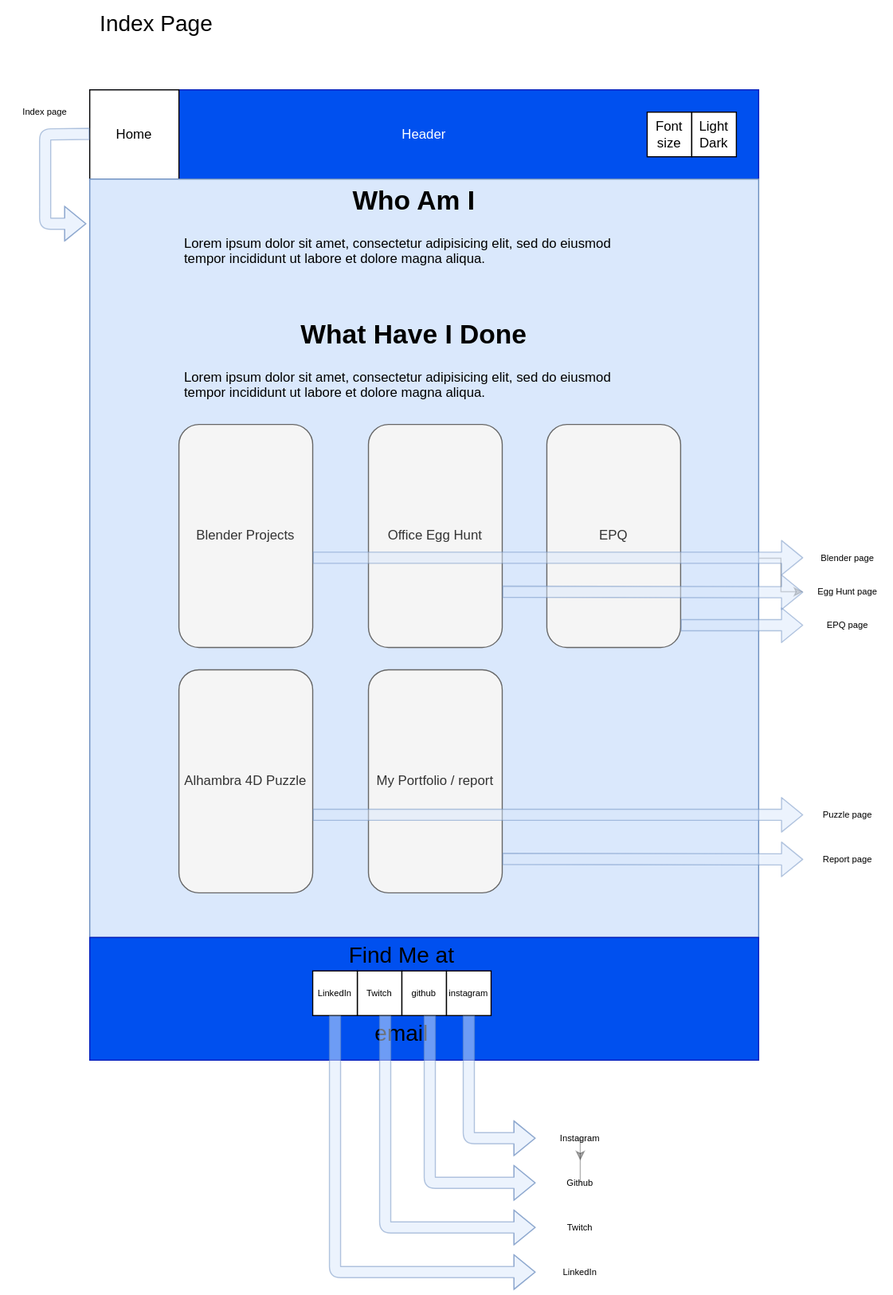
Earlier version of the draw.io export Assets/Diagrams/Wireframe-Index.svg (louie-jones-strong/louie-jones-strong.github.io). Source tidied: cells renumbered, new cells last; positions are measured from the earlier drawing's top-left corner, leaving out a move shared by most shapes. Its diagram source:
```xml
<mxGraphModel>
  <root>
    <mxCell id="0" />
    <mxCell id="1" parent="0" />
    <mxCell id="2" value="Header" style="rounded=0;whiteSpace=wrap;html=1;fillColor=#0050ef;strokeColor=#001DBC;fontColor=#ffffff;" parent="1" vertex="1">
      <mxGeometry x="80" y="80" width="600" height="80" as="geometry" />
    </mxCell>
    <mxCell id="3" value="Home" style="rounded=0;whiteSpace=wrap;html=1;" parent="1" vertex="1">
      <mxGeometry x="80" y="80" width="80" height="80" as="geometry" />
    </mxCell>
    <mxCell id="4" value="Font size" style="rounded=0;whiteSpace=wrap;html=1;" parent="1" vertex="1">
      <mxGeometry x="580" y="100" width="40" height="40" as="geometry" />
    </mxCell>
    <mxCell id="5" value="Light Dark" style="rounded=0;whiteSpace=wrap;html=1;" parent="1" vertex="1">
      <mxGeometry x="620" y="100" width="40" height="40" as="geometry" />
    </mxCell>
    <mxCell id="6" style="edgeStyle=orthogonalEdgeStyle;rounded=0;jettySize=auto;html=1;labelBackgroundColor=none;fontSize=8;fillColor=#ffffff;opacity=30;" parent="1" edge="1" source="7">
      <mxGeometry relative="1" as="geometry">
        <mxPoint x="720" y="530" as="targetPoint" />
      </mxGeometry>
    </mxCell>
    <mxCell id="7" style="rounded=0;whiteSpace=wrap;html=1;textOpacity=10;fillColor=#dae8fc;strokeColor=#6c8ebf;" parent="1" vertex="1">
      <mxGeometry x="80" y="160" width="600" height="680" as="geometry" />
    </mxCell>
    <mxCell id="8" value="&lt;h1 style=&quot;text-align: center&quot;&gt;Who Am I&lt;/h1&gt;&lt;p&gt;Lorem ipsum dolor sit amet, consectetur adipisicing elit, sed do eiusmod tempor incididunt ut labore et dolore magna aliqua.&lt;/p&gt;" style="text;html=1;strokeColor=none;fillColor=none;spacing=5;spacingTop=-20;whiteSpace=wrap;overflow=hidden;rounded=0;" parent="1" vertex="1">
      <mxGeometry x="160" y="160" width="420" height="120" as="geometry" />
    </mxCell>
    <mxCell id="9" value="&lt;h1 style=&quot;text-align: center&quot;&gt;What Have I Done&lt;/h1&gt;&lt;p&gt;Lorem ipsum dolor sit amet, consectetur adipisicing elit, sed do eiusmod tempor incididunt ut labore et dolore magna aliqua.&lt;/p&gt;" style="text;html=1;strokeColor=none;fillColor=none;spacing=5;spacingTop=-20;whiteSpace=wrap;overflow=hidden;rounded=0;" parent="1" vertex="1">
      <mxGeometry x="160" y="280" width="420" height="120" as="geometry" />
    </mxCell>
    <mxCell id="10" value="Blender Projects" style="rounded=1;whiteSpace=wrap;html=1;fillColor=#f5f5f5;strokeColor=#666666;fontColor=#333333;" parent="1" vertex="1">
      <mxGeometry x="160" y="380" width="120" height="200" as="geometry" />
    </mxCell>
    <mxCell id="11" value="Alhambra 4D Puzzle" style="rounded=1;whiteSpace=wrap;html=1;fillColor=#f5f5f5;strokeColor=#666666;fontColor=#333333;" parent="1" vertex="1">
      <mxGeometry x="160" y="600" width="120" height="200" as="geometry" />
    </mxCell>
    <mxCell id="12" value="My Portfolio / report" style="rounded=1;whiteSpace=wrap;html=1;fillColor=#f5f5f5;strokeColor=#666666;fontColor=#333333;" parent="1" vertex="1">
      <mxGeometry x="330" y="600" width="120" height="200" as="geometry" />
    </mxCell>
    <mxCell id="13" style="rounded=0;whiteSpace=wrap;html=1;labelPosition=center;verticalLabelPosition=middle;align=center;verticalAlign=middle;fillColor=#0050ef;strokeColor=#001DBC;fontColor=#ffffff;" parent="1" vertex="1">
      <mxGeometry x="80" y="840" width="600" height="110" as="geometry" />
    </mxCell>
    <mxCell id="14" value="Index Page" style="text;html=1;strokeColor=none;fillColor=none;align=center;verticalAlign=middle;whiteSpace=wrap;rounded=0;fontSize=20;" parent="1" vertex="1">
      <mxGeometry x="80" width="120" height="40" as="geometry" />
    </mxCell>
    <mxCell id="15" value="Twitch" style="rounded=0;whiteSpace=wrap;html=1;fontSize=8;align=center;" parent="1" vertex="1">
      <mxGeometry x="320" y="870" width="40" height="40" as="geometry" />
    </mxCell>
    <mxCell id="16" value="github" style="rounded=0;whiteSpace=wrap;html=1;fontSize=8;align=center;" parent="1" vertex="1">
      <mxGeometry x="360" y="870" width="40" height="40" as="geometry" />
    </mxCell>
    <mxCell id="17" value="instagram" style="rounded=0;whiteSpace=wrap;html=1;fontSize=8;align=center;" parent="1" vertex="1">
      <mxGeometry x="400" y="870" width="40" height="40" as="geometry" />
    </mxCell>
    <mxCell id="18" value="Find Me at" style="text;html=1;strokeColor=none;fillColor=none;align=center;verticalAlign=middle;whiteSpace=wrap;rounded=0;fontSize=20;" parent="1" vertex="1">
      <mxGeometry x="280" y="840" width="160" height="30" as="geometry" />
    </mxCell>
    <mxCell id="19" value="email" style="text;html=1;strokeColor=none;fillColor=none;align=center;verticalAlign=middle;whiteSpace=wrap;rounded=0;fontSize=20;" parent="1" vertex="1">
      <mxGeometry x="280" y="910" width="160" height="30" as="geometry" />
    </mxCell>
    <mxCell id="20" value="LinkedIn" style="rounded=0;whiteSpace=wrap;html=1;fontSize=8;align=center;" parent="1" vertex="1">
      <mxGeometry x="280" y="870" width="40" height="40" as="geometry" />
    </mxCell>
    <mxCell id="21" value="Office Egg Hunt" style="rounded=1;whiteSpace=wrap;html=1;fillColor=#f5f5f5;strokeColor=#666666;fontColor=#333333;" parent="1" vertex="1">
      <mxGeometry x="330" y="380" width="120" height="200" as="geometry" />
    </mxCell>
    <mxCell id="22" value="EPQ" style="rounded=1;whiteSpace=wrap;html=1;fillColor=#f5f5f5;strokeColor=#666666;fontColor=#333333;" parent="1" vertex="1">
      <mxGeometry x="490" y="380" width="120" height="200" as="geometry" />
    </mxCell>
    <mxCell id="23" style="shape=flexArrow;endArrow=classic;html=1;fontSize=8;fillColor=#dae8fc;strokeColor=#6c8ebf;opacity=50;textOpacity=30;" parent="1" edge="1">
      <mxGeometry relative="1" as="geometry">
        <mxPoint x="610" y="560" as="sourcePoint" />
        <mxPoint x="720" y="560" as="targetPoint" />
      </mxGeometry>
    </mxCell>
    <mxCell id="24" style="shape=flexArrow;endArrow=classic;html=1;fontSize=8;fillColor=#dae8fc;strokeColor=#6c8ebf;opacity=50;" parent="1" edge="1">
      <mxGeometry relative="1" as="geometry">
        <mxPoint x="450" y="530" as="sourcePoint" />
        <mxPoint x="720" y="530.5" as="targetPoint" />
      </mxGeometry>
    </mxCell>
    <mxCell id="25" value="&lt;blockquote style=&quot;margin: 0 0 0 40px ; border: none ; padding: 0px&quot;&gt;&lt;blockquote style=&quot;margin: 0 0 0 40px ; border: none ; padding: 0px&quot;&gt;&lt;blockquote style=&quot;margin: 0 0 0 40px ; border: none ; padding: 0px&quot;&gt;&lt;blockquote style=&quot;margin: 0 0 0 40px ; border: none ; padding: 0px&quot;&gt;&lt;blockquote style=&quot;margin: 0 0 0 40px ; border: none ; padding: 0px&quot;&gt;&lt;blockquote style=&quot;margin: 0 0 0 40px ; border: none ; padding: 0px&quot;&gt;&lt;blockquote style=&quot;margin: 0 0 0 40px ; border: none ; padding: 0px&quot;&gt;&lt;blockquote style=&quot;margin: 0 0 0 40px ; border: none ; padding: 0px&quot;&gt;&lt;br&gt;&lt;/blockquote&gt;&lt;/blockquote&gt;&lt;/blockquote&gt;&lt;/blockquote&gt;&lt;/blockquote&gt;&lt;/blockquote&gt;&lt;/blockquote&gt;&lt;/blockquote&gt;" style="shape=flexArrow;endArrow=classic;html=1;fontSize=8;fillColor=#dae8fc;strokeColor=#6c8ebf;opacity=50;align=center;labelBackgroundColor=none;" parent="1" edge="1">
      <mxGeometry x="0.05" y="220" relative="1" as="geometry">
        <mxPoint x="80" y="119.5" as="sourcePoint" />
        <mxPoint x="77" y="200" as="targetPoint" />
        <Array as="points">
          <mxPoint x="40" y="120" />
          <mxPoint x="40" y="160" />
          <mxPoint x="40" y="200" />
        </Array>
      </mxGeometry>
    </mxCell>
    <mxCell id="26" value="Blender page" style="text;html=1;strokeColor=none;fillColor=none;align=center;verticalAlign=middle;whiteSpace=wrap;rounded=0;fontSize=8;" parent="1" vertex="1">
      <mxGeometry x="720" y="480" width="80" height="40" as="geometry" />
    </mxCell>
    <mxCell id="27" value="Egg Hunt page" style="text;html=1;strokeColor=none;fillColor=none;align=center;verticalAlign=middle;whiteSpace=wrap;rounded=0;fontSize=8;" parent="1" vertex="1">
      <mxGeometry x="720" y="510" width="80" height="40" as="geometry" />
    </mxCell>
    <mxCell id="28" value="EPQ page" style="text;html=1;strokeColor=none;fillColor=none;align=center;verticalAlign=middle;whiteSpace=wrap;rounded=0;fontSize=8;" parent="1" vertex="1">
      <mxGeometry x="720" y="540" width="80" height="40" as="geometry" />
    </mxCell>
    <mxCell id="29" value="&lt;blockquote style=&quot;margin: 0 0 0 40px ; border: none ; padding: 0px&quot;&gt;&lt;blockquote style=&quot;margin: 0 0 0 40px ; border: none ; padding: 0px&quot;&gt;&lt;blockquote style=&quot;margin: 0 0 0 40px ; border: none ; padding: 0px&quot;&gt;&lt;blockquote style=&quot;margin: 0 0 0 40px ; border: none ; padding: 0px&quot;&gt;&lt;blockquote style=&quot;margin: 0 0 0 40px ; border: none ; padding: 0px&quot;&gt;&lt;blockquote style=&quot;margin: 0 0 0 40px ; border: none ; padding: 0px&quot;&gt;&lt;blockquote style=&quot;margin: 0 0 0 40px ; border: none ; padding: 0px&quot;&gt;&lt;blockquote style=&quot;margin: 0 0 0 40px ; border: none ; padding: 0px&quot;&gt;&lt;br&gt;&lt;/blockquote&gt;&lt;/blockquote&gt;&lt;/blockquote&gt;&lt;/blockquote&gt;&lt;/blockquote&gt;&lt;/blockquote&gt;&lt;/blockquote&gt;&lt;/blockquote&gt;" style="shape=flexArrow;endArrow=classic;html=1;fontSize=8;fillColor=#dae8fc;strokeColor=#6c8ebf;opacity=50;align=center;labelBackgroundColor=none;textOpacity=70;" parent="1" edge="1">
      <mxGeometry relative="1" as="geometry">
        <mxPoint x="280" y="730" as="sourcePoint" />
        <mxPoint x="720" y="730" as="targetPoint" />
      </mxGeometry>
    </mxCell>
    <mxCell id="30" style="shape=flexArrow;endArrow=classic;html=1;fontSize=8;fillColor=#dae8fc;strokeColor=#6c8ebf;opacity=50;textOpacity=30;" parent="1" edge="1">
      <mxGeometry relative="1" as="geometry">
        <mxPoint x="450" y="769.5" as="sourcePoint" />
        <mxPoint x="720" y="770" as="targetPoint" />
      </mxGeometry>
    </mxCell>
    <mxCell id="31" value="Puzzle page" style="text;html=1;strokeColor=none;fillColor=none;align=center;verticalAlign=middle;whiteSpace=wrap;rounded=0;fontSize=8;" parent="1" vertex="1">
      <mxGeometry x="720" y="710" width="80" height="40" as="geometry" />
    </mxCell>
    <mxCell id="32" style="edgeStyle=orthogonalEdgeStyle;rounded=0;jettySize=auto;html=1;exitX=0.5;exitY=1;exitDx=0;exitDy=0;labelBackgroundColor=none;fontSize=8;fillColor=#ffffff;opacity=30;" parent="1" edge="1" source="33" target="38">
      <mxGeometry relative="1" as="geometry" />
    </mxCell>
    <mxCell id="33" value="Instagram" style="text;html=1;strokeColor=none;fillColor=none;align=center;verticalAlign=middle;whiteSpace=wrap;rounded=0;fontSize=8;" parent="1" vertex="1">
      <mxGeometry x="480" y="1000" width="80" height="40" as="geometry" />
    </mxCell>
    <mxCell id="34" style="shape=flexArrow;endArrow=classic;html=1;labelBackgroundColor=none;fontSize=8;opacity=50;fillColor=#dae8fc;strokeColor=#6c8ebf;entryX=0;entryY=0.5;entryDx=0;entryDy=0;entryPerimeter=0;" parent="1" edge="1" target="40">
      <mxGeometry relative="1" as="geometry">
        <mxPoint x="300" y="910" as="sourcePoint" />
        <Array as="points">
          <mxPoint x="300" y="1140" />
        </Array>
      </mxGeometry>
    </mxCell>
    <mxCell id="35" style="shape=flexArrow;endArrow=classic;html=1;labelBackgroundColor=none;fontSize=8;opacity=50;fillColor=#dae8fc;strokeColor=#6c8ebf;entryX=0;entryY=0.5;entryDx=0;entryDy=0;entryPerimeter=0;" parent="1" edge="1" target="33">
      <mxGeometry relative="1" as="geometry">
        <mxPoint x="420" y="910" as="sourcePoint" />
        <Array as="points">
          <mxPoint x="420" y="1020" />
        </Array>
      </mxGeometry>
    </mxCell>
    <mxCell id="36" style="shape=flexArrow;endArrow=classic;html=1;labelBackgroundColor=none;fontSize=8;opacity=50;fillColor=#dae8fc;strokeColor=#6c8ebf;entryX=0;entryY=0.5;entryDx=0;entryDy=0;" parent="1" edge="1" target="38">
      <mxGeometry relative="1" as="geometry">
        <mxPoint x="385" y="910" as="sourcePoint" />
        <Array as="points">
          <mxPoint x="385" y="1060" />
        </Array>
      </mxGeometry>
    </mxCell>
    <mxCell id="37" style="shape=flexArrow;endArrow=classic;html=1;labelBackgroundColor=none;fontSize=8;opacity=50;fillColor=#dae8fc;strokeColor=#6c8ebf;entryX=0;entryY=0.5;entryDx=0;entryDy=0;" parent="1" edge="1" target="39">
      <mxGeometry relative="1" as="geometry">
        <mxPoint x="345" y="910" as="sourcePoint" />
        <Array as="points">
          <mxPoint x="345" y="1100" />
        </Array>
      </mxGeometry>
    </mxCell>
    <mxCell id="38" value="Github" style="text;html=1;strokeColor=none;fillColor=none;align=center;verticalAlign=middle;whiteSpace=wrap;rounded=0;fontSize=8;" parent="1" vertex="1">
      <mxGeometry x="480" y="1040" width="80" height="40" as="geometry" />
    </mxCell>
    <mxCell id="39" value="Twitch" style="text;html=1;strokeColor=none;fillColor=none;align=center;verticalAlign=middle;whiteSpace=wrap;rounded=0;fontSize=8;" parent="1" vertex="1">
      <mxGeometry x="480" y="1080" width="80" height="40" as="geometry" />
    </mxCell>
    <mxCell id="40" value="LinkedIn" style="text;html=1;strokeColor=none;fillColor=none;align=center;verticalAlign=middle;whiteSpace=wrap;rounded=0;fontSize=8;" parent="1" vertex="1">
      <mxGeometry x="480" y="1120" width="80" height="40" as="geometry" />
    </mxCell>
    <mxCell id="41" value="Report page" style="text;html=1;strokeColor=none;fillColor=none;align=center;verticalAlign=middle;whiteSpace=wrap;rounded=0;fontSize=8;" parent="1" vertex="1">
      <mxGeometry x="720" y="750" width="80" height="40" as="geometry" />
    </mxCell>
    <mxCell id="42" style="shape=flexArrow;endArrow=classic;html=1;fontSize=8;fillColor=#dae8fc;strokeColor=#6c8ebf;opacity=50;exitX=1;exitY=0.3;exitDx=0;exitDy=0;exitPerimeter=0;" parent="1" edge="1">
      <mxGeometry relative="1" as="geometry">
        <mxPoint x="280" y="499.5" as="sourcePoint" />
        <mxPoint x="720" y="499.5" as="targetPoint" />
      </mxGeometry>
    </mxCell>
    <mxCell id="43" value="Index page" style="text;html=1;strokeColor=none;fillColor=none;align=center;verticalAlign=middle;whiteSpace=wrap;rounded=0;fontSize=8;" parent="1" vertex="1">
      <mxGeometry y="80" width="80" height="40" as="geometry" />
    </mxCell>
  </root>
</mxGraphModel>
```
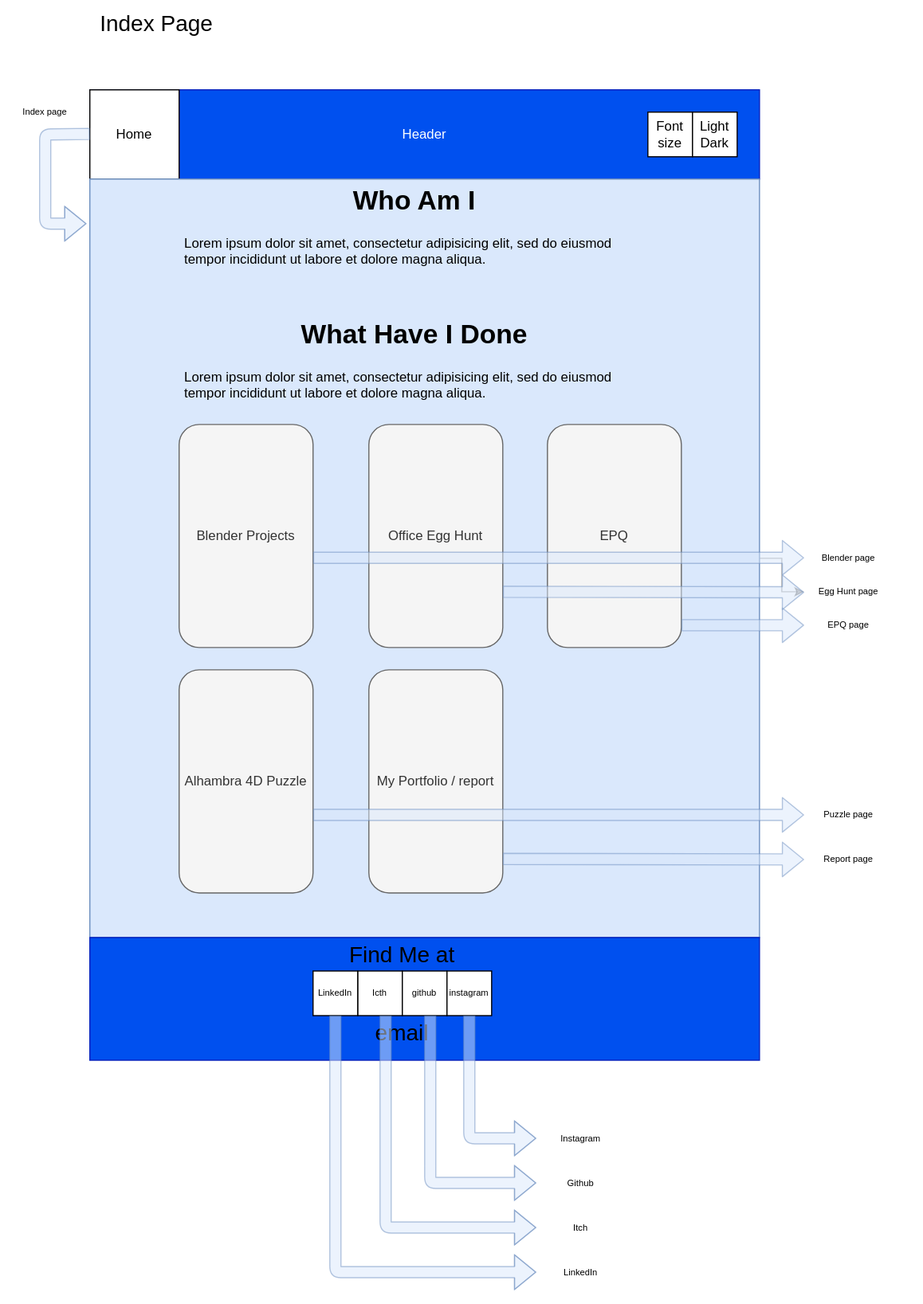
Above is the later version.

Commit message:
Image Borders added. Twitch changed to Itch.

Change to the diagram source:
```diff
@@ -43,7 +43,7 @@
     <mxCell id="14" value="Index Page" style="text;html=1;strokeColor=none;fillColor=none;align=center;verticalAlign=middle;whiteSpace=wrap;rounded=0;fontSize=20;" parent="1" vertex="1">
       <mxGeometry x="80" width="120" height="40" as="geometry" />
     </mxCell>
-    <mxCell id="15" value="Twitch" style="rounded=0;whiteSpace=wrap;html=1;fontSize=8;align=center;" parent="1" vertex="1">
+    <mxCell id="15" value="Icth" style="rounded=0;whiteSpace=wrap;html=1;fontSize=8;align=center;" parent="1" vertex="1">
       <mxGeometry x="320" y="870" width="40" height="40" as="geometry" />
     </mxCell>
     <mxCell id="16" value="github" style="rounded=0;whiteSpace=wrap;html=1;fontSize=8;align=center;" parent="1" vertex="1">
@@ -114,9 +114,6 @@
     <mxCell id="31" value="Puzzle page" style="text;html=1;strokeColor=none;fillColor=none;align=center;verticalAlign=middle;whiteSpace=wrap;rounded=0;fontSize=8;" parent="1" vertex="1">
       <mxGeometry x="720" y="710" width="80" height="40" as="geometry" />
     </mxCell>
-    <mxCell id="32" style="edgeStyle=orthogonalEdgeStyle;rounded=0;jettySize=auto;html=1;exitX=0.5;exitY=1;exitDx=0;exitDy=0;labelBackgroundColor=none;fontSize=8;fillColor=#ffffff;opacity=30;" parent="1" edge="1" source="33" target="38">
-      <mxGeometry relative="1" as="geometry" />
-    </mxCell>
     <mxCell id="33" value="Instagram" style="text;html=1;strokeColor=none;fillColor=none;align=center;verticalAlign=middle;whiteSpace=wrap;rounded=0;fontSize=8;" parent="1" vertex="1">
       <mxGeometry x="480" y="1000" width="80" height="40" as="geometry" />
     </mxCell>
@@ -155,7 +152,7 @@
     <mxCell id="38" value="Github" style="text;html=1;strokeColor=none;fillColor=none;align=center;verticalAlign=middle;whiteSpace=wrap;rounded=0;fontSize=8;" parent="1" vertex="1">
       <mxGeometry x="480" y="1040" width="80" height="40" as="geometry" />
     </mxCell>
-    <mxCell id="39" value="Twitch" style="text;html=1;strokeColor=none;fillColor=none;align=center;verticalAlign=middle;whiteSpace=wrap;rounded=0;fontSize=8;" parent="1" vertex="1">
+    <mxCell id="39" value="Itch" style="text;html=1;strokeColor=none;fillColor=none;align=center;verticalAlign=middle;whiteSpace=wrap;rounded=0;fontSize=8;" parent="1" vertex="1">
       <mxGeometry x="480" y="1080" width="80" height="40" as="geometry" />
     </mxCell>
     <mxCell id="40" value="LinkedIn" style="text;html=1;strokeColor=none;fillColor=none;align=center;verticalAlign=middle;whiteSpace=wrap;rounded=0;fontSize=8;" parent="1" vertex="1">
```
